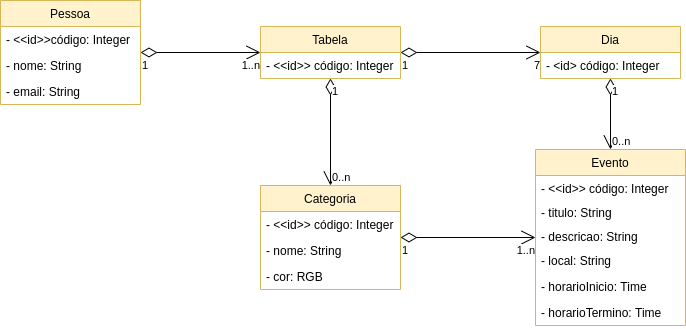
The draw.io diagram Modelo_Conceitual.png in GPMS/trabalhoDAW, before a commit. Source tidied: cells renumbered, new cells last; positions are measured from the earlier drawing's top-left corner, leaving out a move shared by most shapes.
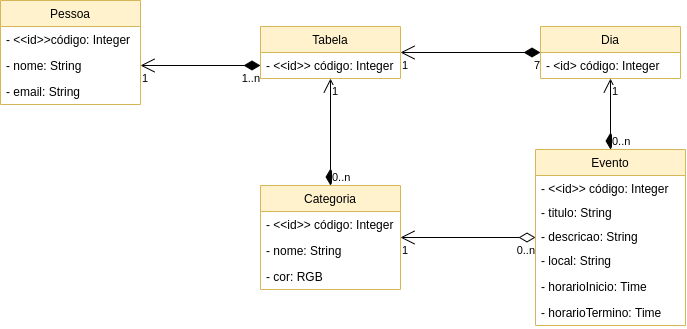
After the change.

Diff of the diagram source:
```diff
@@ -59,49 +59,49 @@
     <mxCell id="20" value="- cor: RGB" style="text;strokeColor=none;fillColor=none;align=left;verticalAlign=top;spacingLeft=4;spacingRight=4;overflow=hidden;" parent="17" vertex="1">
       <mxGeometry y="78" width="140" height="26" as="geometry" />
     </mxCell>
-    <mxCell id="21" style="endArrow=open;html=1;endSize=12;startArrow=diamondThin;startSize=14;startFill=0;edgeStyle=orthogonalEdgeStyle;" parent="1" edge="1" source="2" target="6">
+    <mxCell id="21" style="endArrow=open;html=1;endSize=12;startArrow=diamondThin;startSize=14;startFill=1;edgeStyle=orthogonalEdgeStyle;entryX=1;entryY=0.5;entryDx=0;entryDy=0;exitX=0;exitY=0.5;exitDx=0;exitDy=0;" parent="1" edge="1" source="7" target="4">
       <mxGeometry relative="1" as="geometry" />
     </mxCell>
-    <mxCell id="22" value="1" style="edgeLabel;html=1;align=left;verticalAlign=top;" parent="21" vertex="1">
+    <mxCell id="22" value="1..n" style="edgeLabel;html=1;align=right;verticalAlign=top;labelPosition=left;verticalLabelPosition=bottom;" parent="21" vertex="1">
       <mxGeometry x="-1" relative="1" as="geometry" />
     </mxCell>
-    <mxCell id="23" value="1..n" style="edgeLabel;html=1;align=right;verticalAlign=top;" parent="21" vertex="1">
+    <mxCell id="23" value="1" style="edgeLabel;html=1;align=left;verticalAlign=top;labelPosition=right;verticalLabelPosition=bottom;" parent="21" vertex="1">
       <mxGeometry x="1" relative="1" as="geometry" />
     </mxCell>
-    <mxCell id="24" style="endArrow=open;html=1;endSize=12;startArrow=diamondThin;startSize=14;startFill=0;edgeStyle=orthogonalEdgeStyle;" parent="1" edge="1" source="6" target="8">
+    <mxCell id="24" style="endArrow=open;html=1;endSize=12;startArrow=diamondThin;startSize=14;startFill=1;edgeStyle=orthogonalEdgeStyle;" parent="1" edge="1" source="8" target="6">
       <mxGeometry relative="1" as="geometry" />
     </mxCell>
-    <mxCell id="25" value="1" style="edgeLabel;html=1;align=left;verticalAlign=top;" parent="24" vertex="1">
+    <mxCell id="25" value="7" style="edgeLabel;html=1;align=right;verticalAlign=top;labelPosition=left;verticalLabelPosition=bottom;" parent="24" vertex="1">
       <mxGeometry x="-1" relative="1" as="geometry" />
     </mxCell>
-    <mxCell id="26" value="7" style="edgeLabel;html=1;align=right;verticalAlign=top;" parent="24" vertex="1">
+    <mxCell id="26" value="1" style="edgeLabel;html=1;align=left;verticalAlign=top;labelPosition=right;verticalLabelPosition=bottom;" parent="24" vertex="1">
       <mxGeometry x="1" relative="1" as="geometry" />
     </mxCell>
-    <mxCell id="27" style="endArrow=open;html=1;endSize=12;startArrow=diamondThin;startSize=14;startFill=0;edgeStyle=orthogonalEdgeStyle;entryX=0.5;entryY=0;entryDx=0;entryDy=0;" parent="1" edge="1" source="8" target="10">
+    <mxCell id="27" style="endArrow=open;html=1;endSize=12;startArrow=diamondThin;startSize=14;startFill=1;edgeStyle=orthogonalEdgeStyle;" parent="1" edge="1" source="10" target="8">
       <mxGeometry relative="1" as="geometry" />
     </mxCell>
-    <mxCell id="28" value="1" style="edgeLabel;html=1;align=left;verticalAlign=top;" parent="27" vertex="1">
+    <mxCell id="28" value="0..n" style="edgeLabel;html=1;align=left;verticalAlign=bottom;labelPosition=right;verticalLabelPosition=top;" parent="27" vertex="1">
       <mxGeometry x="-1" relative="1" as="geometry" />
     </mxCell>
-    <mxCell id="29" value="0..n" style="edgeLabel;html=1;align=left;verticalAlign=bottom;labelPosition=right;verticalLabelPosition=top;" parent="27" vertex="1">
+    <mxCell id="29" value="1" style="edgeLabel;html=1;align=left;verticalAlign=top;labelPosition=right;verticalLabelPosition=bottom;" parent="27" vertex="1">
       <mxGeometry x="1" relative="1" as="geometry" />
     </mxCell>
-    <mxCell id="30" style="endArrow=open;html=1;endSize=12;startArrow=diamondThin;startSize=14;startFill=0;edgeStyle=orthogonalEdgeStyle;" parent="1" edge="1" source="6" target="17">
+    <mxCell id="30" style="endArrow=open;html=1;endSize=12;startArrow=diamondThin;startSize=14;startFill=1;edgeStyle=orthogonalEdgeStyle;" parent="1" edge="1" source="17" target="6">
       <mxGeometry relative="1" as="geometry" />
     </mxCell>
-    <mxCell id="31" value="1" style="edgeLabel;html=1;align=left;verticalAlign=top;" parent="30" vertex="1">
+    <mxCell id="31" value="0..n" style="edgeLabel;html=1;align=left;verticalAlign=bottom;labelPosition=right;verticalLabelPosition=top;" parent="30" vertex="1">
       <mxGeometry x="-1" relative="1" as="geometry" />
     </mxCell>
-    <mxCell id="32" value="0..n" style="edgeLabel;html=1;align=left;verticalAlign=bottom;labelPosition=right;verticalLabelPosition=top;" parent="30" vertex="1">
+    <mxCell id="32" value="1" style="edgeLabel;html=1;align=left;verticalAlign=top;labelPosition=right;verticalLabelPosition=bottom;" parent="30" vertex="1">
       <mxGeometry x="1" relative="1" as="geometry" />
     </mxCell>
-    <mxCell id="33" style="endArrow=open;html=1;endSize=12;startArrow=diamondThin;startSize=14;startFill=0;edgeStyle=orthogonalEdgeStyle;" parent="1" edge="1" source="17" target="10">
+    <mxCell id="33" style="endArrow=open;html=1;endSize=12;startArrow=diamondThin;startSize=14;startFill=0;edgeStyle=orthogonalEdgeStyle;" parent="1" edge="1" source="10" target="17">
       <mxGeometry relative="1" as="geometry" />
     </mxCell>
-    <mxCell id="34" value="1" style="edgeLabel;html=1;align=left;verticalAlign=top;" parent="33" vertex="1">
+    <mxCell id="34" value="0..n" style="edgeLabel;html=1;align=right;verticalAlign=top;labelPosition=left;verticalLabelPosition=bottom;" parent="33" vertex="1">
       <mxGeometry x="-1" relative="1" as="geometry" />
     </mxCell>
-    <mxCell id="35" value="1..n" style="edgeLabel;html=1;align=right;verticalAlign=top;" parent="33" vertex="1">
+    <mxCell id="35" value="1" style="edgeLabel;html=1;align=left;verticalAlign=top;labelPosition=right;verticalLabelPosition=bottom;" parent="33" vertex="1">
       <mxGeometry x="1" relative="1" as="geometry" />
     </mxCell>
   </root>
```
